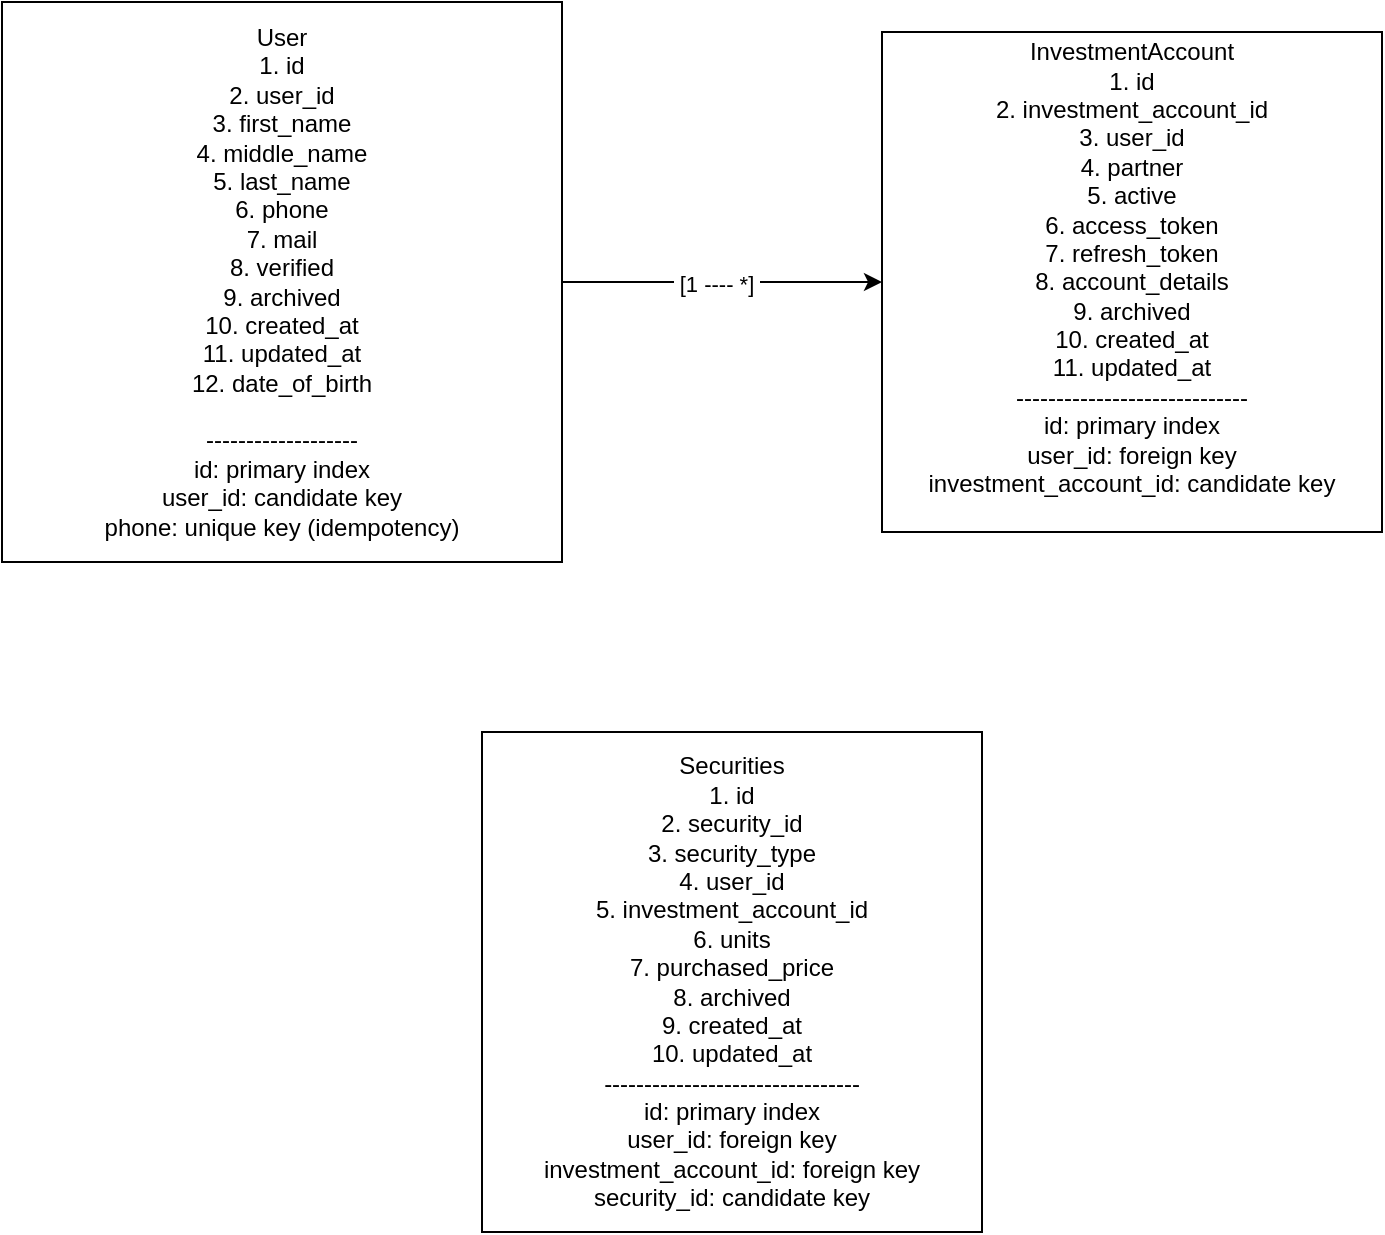
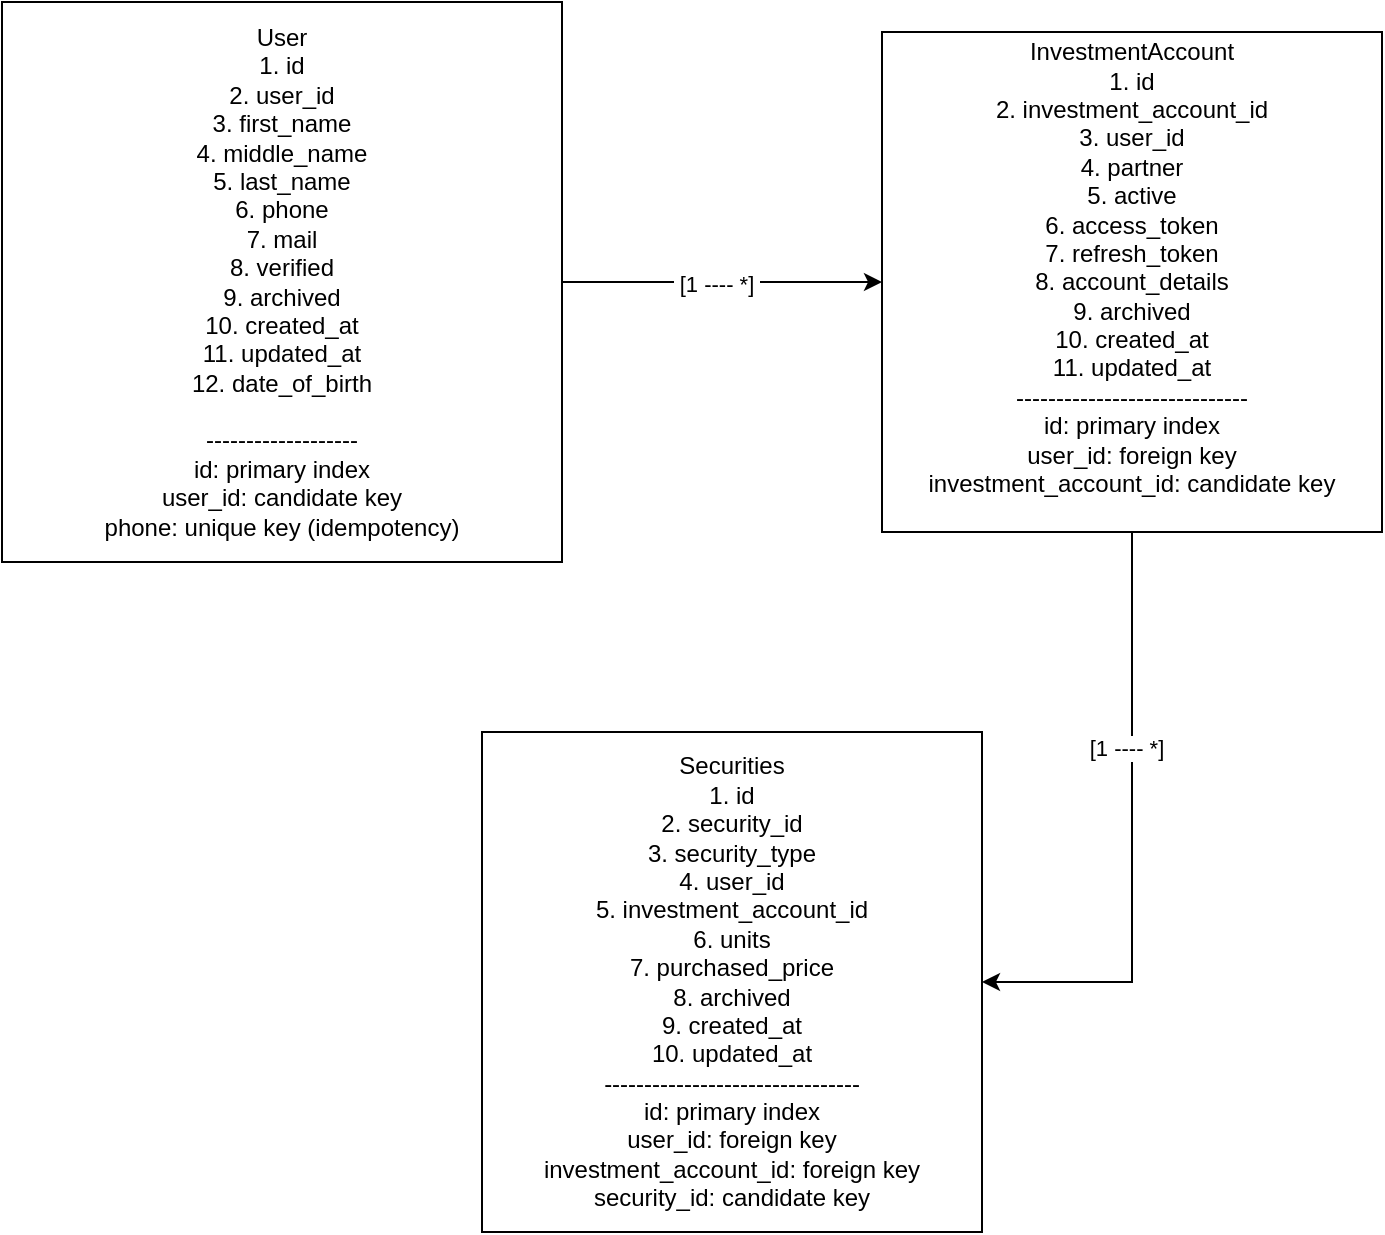
<mxfile host="app.diagrams.net" agent="Mozilla/5.0 (Macintosh; Intel Mac OS X 10_15_7) AppleWebKit/537.36 (KHTML, like Gecko) Chrome/142.0.0.0 Safari/537.36">
  <diagram name="Page-1" id="sUdJKDlqUUguzxYBoudD">
    <mxGraphModel dx="838" dy="549" grid="1" gridSize="10" guides="1" tooltips="1" connect="1" arrows="1" fold="1" page="1" pageScale="1" pageWidth="827" pageHeight="1169" math="0" shadow="0">
      <root>
        <mxCell id="0" />
        <mxCell id="1" parent="0" />
        <mxCell id="dAtLXOTo_t2N1C7jd-nU-3" edge="1" parent="1" source="dAtLXOTo_t2N1C7jd-nU-1" style="edgeStyle=orthogonalEdgeStyle;rounded=0;orthogonalLoop=1;jettySize=auto;html=1;" target="dAtLXOTo_t2N1C7jd-nU-2" value="">
          <mxGeometry relative="1" as="geometry" />
        </mxCell>
        <mxCell id="dAtLXOTo_t2N1C7jd-nU-4" connectable="0" parent="dAtLXOTo_t2N1C7jd-nU-3" style="edgeLabel;html=1;align=center;verticalAlign=middle;resizable=0;points=[];" value="&amp;nbsp;[1 ---- *]&amp;nbsp;" vertex="1">
          <mxGeometry relative="1" x="-0.0375" y="-1" as="geometry">
            <mxPoint as="offset" />
          </mxGeometry>
        </mxCell>
        <mxCell id="dAtLXOTo_t2N1C7jd-nU-1" parent="1" style="whiteSpace=wrap;html=1;aspect=fixed;" value="User&lt;br&gt;1. id&lt;div&gt;2. user_id&lt;/div&gt;&lt;div&gt;3. first_name&lt;/div&gt;&lt;div&gt;4. middle_name&lt;/div&gt;&lt;div&gt;5. last_name&lt;/div&gt;&lt;div&gt;6. phone&lt;/div&gt;&lt;div&gt;7. mail&lt;/div&gt;&lt;div&gt;8. verified&lt;/div&gt;&lt;div&gt;9. archived&lt;/div&gt;&lt;div&gt;10. created_at&lt;/div&gt;&lt;div&gt;11. updated_at&lt;/div&gt;&lt;div&gt;12. date_of_birth&lt;/div&gt;&lt;div&gt;&lt;br&gt;-------------------&lt;/div&gt;&lt;div&gt;id: primary index&lt;/div&gt;&lt;div&gt;user_id: candidate key&lt;/div&gt;&lt;div&gt;phone: unique key (idempotency)&lt;/div&gt;" vertex="1">
          <mxGeometry height="280" width="280" x="10" y="105" as="geometry" />
        </mxCell>
+         <mxCell id="LFFCytzrhA1a5Olca1yH-1" edge="1" parent="1" source="dAtLXOTo_t2N1C7jd-nU-2" style="edgeStyle=orthogonalEdgeStyle;rounded=0;orthogonalLoop=1;jettySize=auto;html=1;entryX=1;entryY=0.5;entryDx=0;entryDy=0;" target="dAtLXOTo_t2N1C7jd-nU-5">
+           <mxGeometry relative="1" as="geometry" />
+         </mxCell>
+         <mxCell id="LFFCytzrhA1a5Olca1yH-3" connectable="0" parent="LFFCytzrhA1a5Olca1yH-1" style="edgeLabel;html=1;align=center;verticalAlign=middle;resizable=0;points=[];" value="[1 ---- *]" vertex="1">
+           <mxGeometry relative="1" x="-0.285" y="-3" as="geometry">
+             <mxPoint as="offset" />
+           </mxGeometry>
+         </mxCell>
        <mxCell id="dAtLXOTo_t2N1C7jd-nU-2" parent="1" style="whiteSpace=wrap;html=1;aspect=fixed;" value="InvestmentAccount&lt;div&gt;1. id&lt;/div&gt;&lt;div&gt;2. investment_account_id&lt;/div&gt;&lt;div&gt;3. user_id&lt;/div&gt;&lt;div&gt;4. partner&lt;/div&gt;&lt;div&gt;5. active&lt;/div&gt;&lt;div&gt;6. access_token&lt;/div&gt;&lt;div&gt;7. refresh_token&lt;/div&gt;&lt;div&gt;8. account_details&lt;/div&gt;&lt;div&gt;9. archived&lt;/div&gt;&lt;div&gt;10. created_at&lt;/div&gt;&lt;div&gt;11. updated_at&lt;/div&gt;&lt;div&gt;-----------------------------&lt;/div&gt;&lt;div&gt;&lt;div&gt;id: primary index&lt;/div&gt;&lt;div&gt;user_id: foreign key&lt;/div&gt;&lt;div&gt;&lt;span style=&quot;background-color: transparent; color: light-dark(rgb(0, 0, 0), rgb(255, 255, 255));&quot;&gt;investment_account_id&lt;/span&gt;: candidate key&lt;/div&gt;&lt;div&gt;&lt;br&gt;&lt;/div&gt;&lt;/div&gt;" vertex="1">
          <mxGeometry height="250" width="250" x="450" y="120" as="geometry" />
        </mxCell>
        <mxCell id="dAtLXOTo_t2N1C7jd-nU-5" parent="1" style="whiteSpace=wrap;html=1;aspect=fixed;" value="Securities&lt;div&gt;1. id&lt;/div&gt;&lt;div&gt;2. security_id&lt;/div&gt;&lt;div&gt;3. security_type&lt;/div&gt;&lt;div&gt;4. user_id&lt;/div&gt;&lt;div&gt;5. investment_account_id&lt;/div&gt;&lt;div&gt;6. units&lt;/div&gt;&lt;div&gt;7. purchased_price&lt;/div&gt;&lt;div&gt;8. archived&lt;/div&gt;&lt;div&gt;9. created_at&lt;/div&gt;&lt;div&gt;10. updated_at&lt;/div&gt;&lt;div&gt;--------------------------------&lt;/div&gt;&lt;div&gt;&lt;div&gt;id: primary index&lt;/div&gt;&lt;div&gt;user_id: foreign key&lt;/div&gt;&lt;div&gt;&lt;span style=&quot;background-color: transparent; color: light-dark(rgb(0, 0, 0), rgb(255, 255, 255));&quot;&gt;investment_account_id&lt;/span&gt;: foreign&amp;nbsp;key&lt;/div&gt;&lt;/div&gt;&lt;div&gt;security_id:&amp;nbsp;&lt;span style=&quot;background-color: transparent; color: light-dark(rgb(0, 0, 0), rgb(255, 255, 255));&quot;&gt;candidate key&lt;/span&gt;&lt;/div&gt;" vertex="1">
          <mxGeometry height="250" width="250" x="250" y="470" as="geometry" />
        </mxCell>
      </root>
    </mxGraphModel>
  </diagram>
</mxfile>
